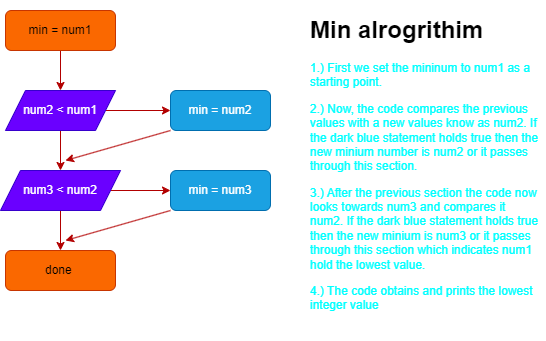
Earlier version of the draw.io export Flowchart.png (ipivanparra/AD-3-1). Source tidied: cells renumbered, new cells last; positions are measured from the earlier drawing's top-left corner, leaving out a move shared by most shapes.
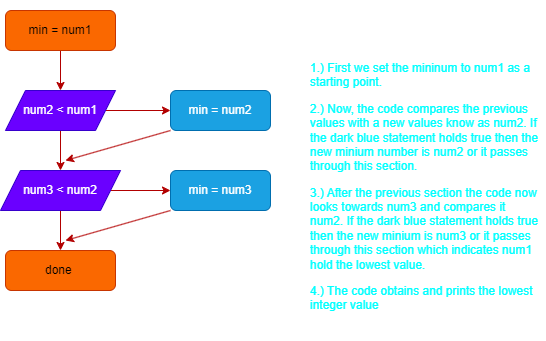
After the change.

Change to the diagram source:
```diff
@@ -45,7 +45,7 @@
     <mxCell id="14" value="min = num3" style="rounded=1;whiteSpace=wrap;html=1;fillColor=#1ba1e2;fontColor=#ffffff;strokeColor=#006EAF;" parent="1" vertex="1">
       <mxGeometry x="170" y="160" width="100" height="40" as="geometry" />
     </mxCell>
-    <mxCell id="15" value="&lt;h1&gt;Min alrogrithim&amp;nbsp;&lt;/h1&gt;&lt;p&gt;&lt;font color=&quot;#00ffff&quot;&gt;1.) First we set the mininum to num1 as a starting point.&amp;nbsp;&lt;/font&gt;&lt;/p&gt;&lt;p&gt;&lt;font color=&quot;#00ffff&quot;&gt;2.) Now, the code compares the previous values with a new values know as num2. If the dark blue statement holds true then the new minium number is num2 or it passes through this section.&amp;nbsp;&lt;/font&gt;&lt;/p&gt;&lt;p&gt;&lt;font color=&quot;#00ffff&quot;&gt;3.) After the previous section the code now looks towards num3 and compares it num2. If the dark blue statement holds true then the new minium is num3 or it passes through this section which indicates num1 hold the lowest value.&lt;/font&gt;&lt;/p&gt;&lt;p&gt;&lt;font color=&quot;#00ffff&quot;&gt;4.) The code obtains and prints the lowest integer value&amp;nbsp;&lt;/font&gt;&lt;/p&gt;&lt;p&gt;&lt;br&gt;&lt;/p&gt;" style="text;html=1;strokeColor=none;fillColor=none;spacing=5;spacingTop=-20;whiteSpace=wrap;overflow=hidden;rounded=0;" parent="1" vertex="1">
+    <mxCell id="15" value="&lt;h1&gt;&lt;font color=&quot;#ffffff&quot;&gt;Min alrogrithim&amp;nbsp;&lt;/font&gt;&lt;/h1&gt;&lt;p&gt;&lt;font color=&quot;#00ffff&quot;&gt;1.) First we set the mininum to num1 as a starting point.&amp;nbsp;&lt;/font&gt;&lt;/p&gt;&lt;p&gt;&lt;font color=&quot;#00ffff&quot;&gt;2.) Now, the code compares the previous values with a new values know as num2. If the dark blue statement holds true then the new minium number is num2 or it passes through this section.&amp;nbsp;&lt;/font&gt;&lt;/p&gt;&lt;p&gt;&lt;font color=&quot;#00ffff&quot;&gt;3.) After the previous section the code now looks towards num3 and compares it num2. If the dark blue statement holds true then the new minium is num3 or it passes through this section which indicates num1 hold the lowest value.&lt;/font&gt;&lt;/p&gt;&lt;p&gt;&lt;font color=&quot;#00ffff&quot;&gt;4.) The code obtains and prints the lowest integer value&amp;nbsp;&lt;/font&gt;&lt;/p&gt;&lt;p&gt;&lt;br&gt;&lt;/p&gt;" style="text;html=1;strokeColor=none;fillColor=none;spacing=5;spacingTop=-20;whiteSpace=wrap;overflow=hidden;rounded=0;" parent="1" vertex="1">
       <mxGeometry x="305" width="240" height="330" as="geometry" />
     </mxCell>
   </root>
```
